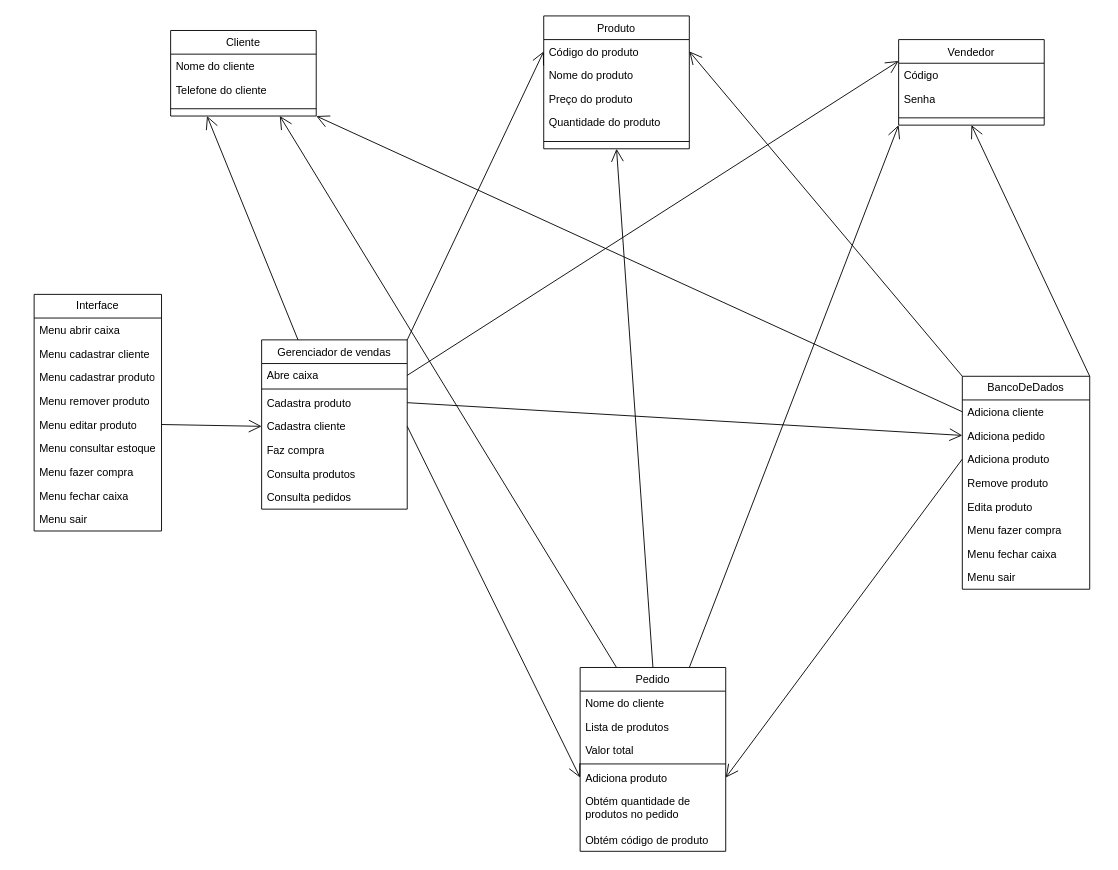
guifrazao/PROJETO_ESW1 keeps this draw.io diagram as CASOS_DE_USO/mapa_conceitual.drawio. Above is the earlier version. Source tidied: cells renumbered, new cells numbered last; positions are measured from the earlier drawing's top-left corner, leaving out a move shared by most shapes. Both pictures are drawn from the tidied source at 91%, with x=0, y=0 at pixel (34, 15).
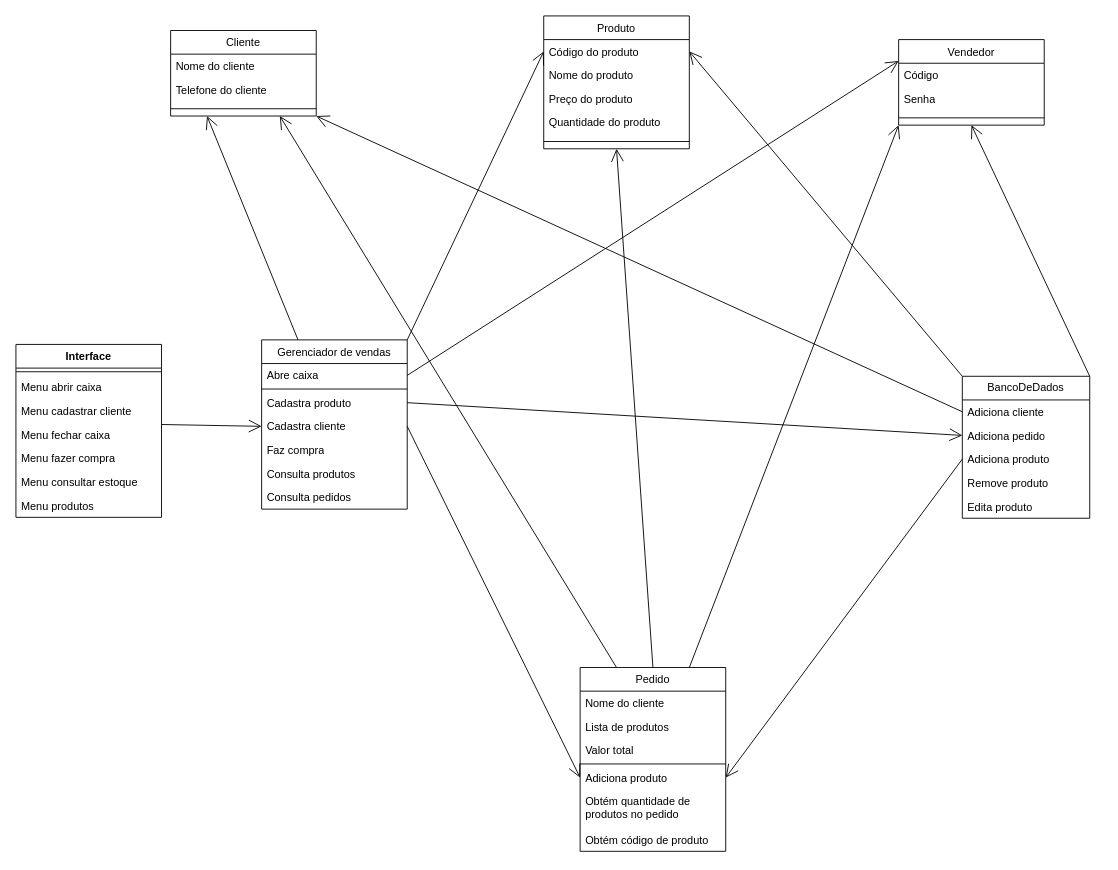
The same page after the edit.

Unchanged cells that the change refers to:
```xml
<mxCell id="36" value="Cadastra cliente" style="text;strokeColor=none;fillColor=none;align=left;verticalAlign=top;spacingLeft=4;spacingRight=4;overflow=hidden;points=[[0,0.5],[1,0.5]];portConstraint=eastwest;whiteSpace=wrap;html=1;" parent="32" vertex="1">
  <mxGeometry y="82" width="160" height="26" as="geometry" />
</mxCell>
```

Change to the diagram source:
```diff
@@
-    <mxCell id="2" value="Interface" style="swimlane;fontStyle=0;horizontal=1;startSize=26;fillColor=none;whiteSpace=wrap;html=1;" parent="1" vertex="1">
-      <mxGeometry y="306" width="140" height="260" as="geometry" />
-    </mxCell>
-    <mxCell id="3" value="Menu abrir caixa" style="text;strokeColor=none;fillColor=none;align=left;verticalAlign=top;spacingLeft=4;spacingRight=4;overflow=hidden;whiteSpace=wrap;html=1;" parent="2" vertex="1">
-      <mxGeometry y="26" width="140" height="26" as="geometry" />
-    </mxCell>
-    <mxCell id="4" value="Menu cadastrar cliente" style="text;strokeColor=none;fillColor=none;align=left;verticalAlign=top;spacingLeft=4;spacingRight=4;overflow=hidden;whiteSpace=wrap;html=1;" parent="2" vertex="1">
-      <mxGeometry y="52" width="140" height="26" as="geometry" />
-    </mxCell>
-    <mxCell id="5" value="Menu cadastrar produto" style="text;strokeColor=none;fillColor=none;align=left;verticalAlign=top;spacingLeft=4;spacingRight=4;overflow=hidden;whiteSpace=wrap;html=1;" parent="2" vertex="1">
-      <mxGeometry y="78" width="140" height="26" as="geometry" />
-    </mxCell>
-    <mxCell id="6" value="Menu remover produto" style="text;strokeColor=none;fillColor=none;align=left;verticalAlign=top;spacingLeft=4;spacingRight=4;overflow=hidden;whiteSpace=wrap;html=1;" parent="2" vertex="1">
-      <mxGeometry y="104" width="140" height="26" as="geometry" />
-    </mxCell>
-    <mxCell id="7" value="Menu editar produto" style="text;strokeColor=none;fillColor=none;align=left;verticalAlign=top;spacingLeft=4;spacingRight=4;overflow=hidden;points=[[0,0.5],[1,0.5]];portConstraint=eastwest;whiteSpace=wrap;html=1;" parent="2" vertex="1">
-      <mxGeometry y="130" width="140" height="26" as="geometry" />
-    </mxCell>
-    <mxCell id="8" value="Menu consultar estoque" style="text;strokeColor=none;fillColor=none;align=left;verticalAlign=top;spacingLeft=4;spacingRight=4;overflow=hidden;whiteSpace=wrap;html=1;" parent="2" vertex="1">
-      <mxGeometry y="156" width="140" height="26" as="geometry" />
-    </mxCell>
-    <mxCell id="9" value="Menu fazer compra&amp;nbsp;" style="text;strokeColor=none;fillColor=none;align=left;verticalAlign=top;spacingLeft=4;spacingRight=4;overflow=hidden;whiteSpace=wrap;html=1;" parent="2" vertex="1">
-      <mxGeometry y="182" width="140" height="26" as="geometry" />
-    </mxCell>
-    <mxCell id="10" value="Menu fechar caixa" style="text;strokeColor=none;fillColor=none;align=left;verticalAlign=top;spacingLeft=4;spacingRight=4;overflow=hidden;whiteSpace=wrap;html=1;" parent="2" vertex="1">
-      <mxGeometry y="208" width="140" height="26" as="geometry" />
-    </mxCell>
-    <mxCell id="11" value="Menu sair" style="text;strokeColor=none;fillColor=none;align=left;verticalAlign=top;spacingLeft=4;spacingRight=4;overflow=hidden;whiteSpace=wrap;html=1;" parent="2" vertex="1">
-      <mxGeometry y="234" width="140" height="26" as="geometry" />
-    </mxCell>
-    <mxCell id="12" style="endArrow=open;endFill=1;endSize=12;html=1;rounded=0;entryX=0;entryY=0.5;entryDx=0;entryDy=0;exitX=1;exitY=0.5;exitDx=0;exitDy=0;" parent="1" edge="1" source="7" target="36">
-      <mxGeometry relative="1" as="geometry" />
+    <mxCell id="12" style="endArrow=open;endFill=1;endSize=12;html=1;rounded=0;entryX=0;entryY=0.5;entryDx=0;entryDy=0;exitX=1;exitY=0.5;exitDx=0;exitDy=0;" parent="1" edge="1" target="36">
+      <mxGeometry relative="1" as="geometry">
+        <mxPoint x="140" y="449" as="sourcePoint" />
+      </mxGeometry>
     </mxCell>
@@
     <mxCell id="23" value="BancoDeDados" style="swimlane;fontStyle=0;horizontal=1;startSize=26;fillColor=none;whiteSpace=wrap;html=1;" parent="1" vertex="1">
-      <mxGeometry x="1020" y="396" width="140" height="234" as="geometry" />
+      <mxGeometry x="1020" y="396" width="140" height="156" as="geometry" />
     </mxCell>
@@
-    <mxCell id="29" value="Menu fazer compra&amp;nbsp;" style="text;strokeColor=none;fillColor=none;align=left;verticalAlign=top;spacingLeft=4;spacingRight=4;overflow=hidden;whiteSpace=wrap;html=1;" parent="23" vertex="1">
-      <mxGeometry y="156" width="140" height="26" as="geometry" />
-    </mxCell>
-    <mxCell id="30" value="Menu fechar caixa" style="text;strokeColor=none;fillColor=none;align=left;verticalAlign=top;spacingLeft=4;spacingRight=4;overflow=hidden;whiteSpace=wrap;html=1;" parent="23" vertex="1">
-      <mxGeometry y="182" width="140" height="26" as="geometry" />
-    </mxCell>
-    <mxCell id="31" value="Menu sair" style="text;strokeColor=none;fillColor=none;align=left;verticalAlign=top;spacingLeft=4;spacingRight=4;overflow=hidden;whiteSpace=wrap;html=1;" parent="23" vertex="1">
-      <mxGeometry y="208" width="140" height="26" as="geometry" />
-    </mxCell>
@@
+    <mxCell id="2" value="Interface" style="swimlane;fontStyle=1;align=center;verticalAlign=top;horizontal=1;startSize=26;whiteSpace=wrap;html=1;" parent="1" vertex="1">
+      <mxGeometry x="-20" y="361" width="160" height="190" as="geometry" />
+    </mxCell>
+    <mxCell id="64" style="line;strokeWidth=1;fillColor=none;align=left;verticalAlign=middle;spacingTop=-1;spacingLeft=3;spacingRight=3;labelPosition=right;strokeColor=inherit;" parent="2" vertex="1">
+      <mxGeometry y="26" width="160" height="8" as="geometry" />
+    </mxCell>
+    <mxCell id="3" value="Menu abrir caixa" style="text;strokeColor=none;fillColor=none;align=left;verticalAlign=top;spacingLeft=4;spacingRight=4;overflow=hidden;whiteSpace=wrap;html=1;" parent="2" vertex="1">
+      <mxGeometry y="34" width="160" height="26" as="geometry" />
+    </mxCell>
+    <mxCell id="4" value="Menu cadastrar cliente" style="text;strokeColor=none;fillColor=none;align=left;verticalAlign=top;spacingLeft=4;spacingRight=4;overflow=hidden;whiteSpace=wrap;html=1;" parent="2" vertex="1">
+      <mxGeometry y="60" width="160" height="26" as="geometry" />
+    </mxCell>
+    <mxCell id="65" value="Menu fechar caixa" style="text;strokeColor=none;fillColor=none;align=left;verticalAlign=top;spacingLeft=4;spacingRight=4;overflow=hidden;whiteSpace=wrap;html=1;" parent="2" vertex="1">
+      <mxGeometry y="86" width="160" height="26" as="geometry" />
+    </mxCell>
+    <mxCell id="66" value="Menu fazer compra&amp;nbsp;" style="text;strokeColor=none;fillColor=none;align=left;verticalAlign=top;spacingLeft=4;spacingRight=4;overflow=hidden;whiteSpace=wrap;html=1;" parent="2" vertex="1">
+      <mxGeometry y="112" width="160" height="26" as="geometry" />
+    </mxCell>
+    <mxCell id="8" value="Menu consultar estoque" style="text;strokeColor=none;fillColor=none;align=left;verticalAlign=top;spacingLeft=4;spacingRight=4;overflow=hidden;whiteSpace=wrap;html=1;" parent="2" vertex="1">
+      <mxGeometry y="138" width="160" height="26" as="geometry" />
+    </mxCell>
+    <mxCell id="67" value="Menu produtos" style="text;strokeColor=none;fillColor=none;align=left;verticalAlign=top;spacingLeft=4;spacingRight=4;overflow=hidden;whiteSpace=wrap;html=1;" parent="2" vertex="1">
+      <mxGeometry y="164" width="160" height="26" as="geometry" />
+    </mxCell>
```
